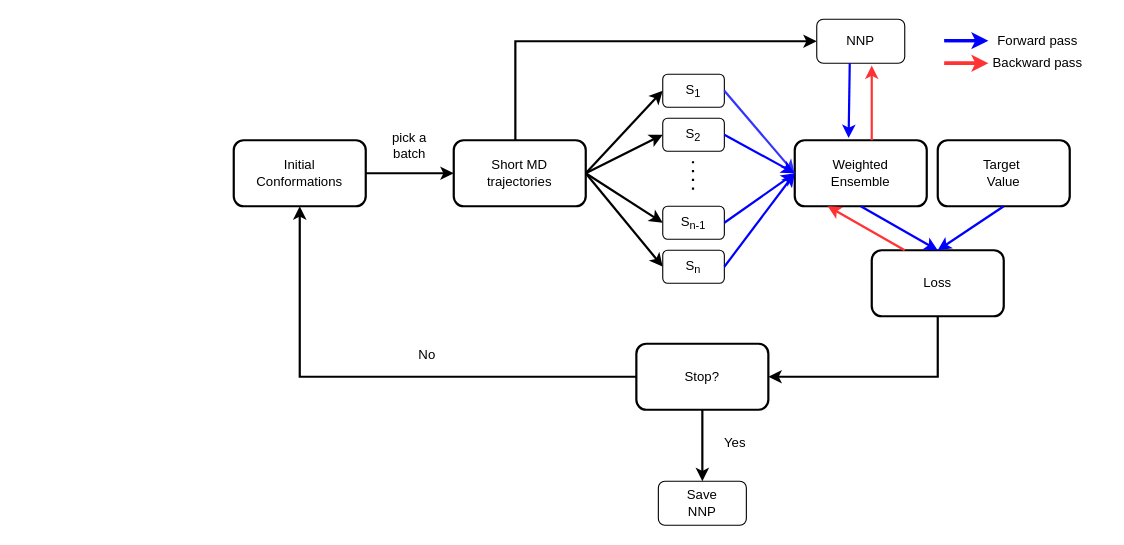
This is Untitled Diagram.drawio from 11carlesnavarro/HealthTrack, a draw.io file, before an edit. Source tidied: cells renumbered, new cells numbered last; positions are measured from the earlier drawing's top-left corner, leaving out a move shared by most shapes. Both pictures are drawn from the tidied source at 110%, with x=0, y=0 at pixel (233, 19).
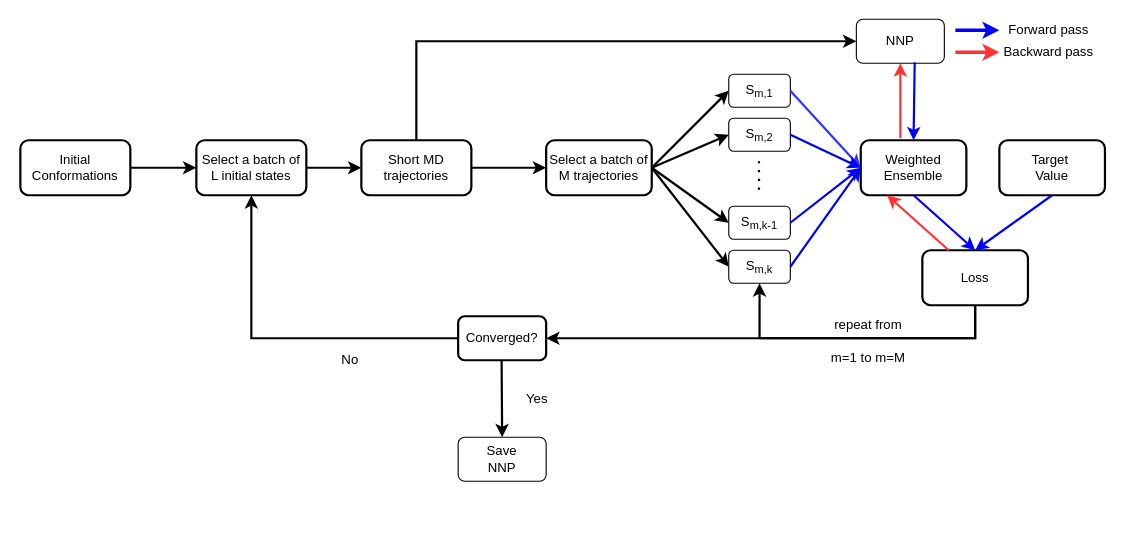
The same page after the edit.

Change to the diagram source:
```diff
@@
-    <mxCell id="2" style="edgeStyle=orthogonalEdgeStyle;rounded=0;jettySize=auto;html=1;strokeWidth=2;" parent="1" edge="1" source="3" target="4">
+    <mxCell id="2" style="edgeStyle=orthogonalEdgeStyle;rounded=0;jettySize=auto;html=1;strokeWidth=2;entryX=0;entryY=0.5;entryDx=0;entryDy=0;" parent="1" edge="1" source="3" target="49">
       <mxGeometry relative="1" as="geometry" />
     </mxCell>
     <mxCell id="3" value="Initial &lt;br&gt;Conformations" style="rounded=1;whiteSpace=wrap;html=1;strokeWidth=2;" parent="1" vertex="1">
-      <mxGeometry y="110" width="120" height="60" as="geometry" />
+      <mxGeometry x="-194" y="110" width="100" height="50" as="geometry" />
     </mxCell>
     <mxCell id="4" value="Short MD&lt;br&gt;trajectories" style="whiteSpace=wrap;html=1;rounded=1;strokeColor=default;strokeWidth=2;" parent="1" vertex="1">
-      <mxGeometry x="200" y="110" width="120" height="60" as="geometry" />
+      <mxGeometry x="116" y="110" width="100" height="50" as="geometry" />
     </mxCell>
-    <mxCell id="5" style="endArrow=classic;html=1;rounded=0;entryX=0;entryY=0.5;entryDx=0;entryDy=0;strokeWidth=2;" parent="1" edge="1" target="6">
+    <mxCell id="5" style="endArrow=classic;html=1;rounded=0;entryX=0;entryY=0.5;entryDx=0;entryDy=0;strokeWidth=2;exitX=1;exitY=0.5;exitDx=0;exitDy=0;" parent="1" edge="1" source="42">
       <mxGeometry relative="1" as="geometry">
-        <mxPoint x="320" y="140" as="sourcePoint" />
+        <mxPoint x="450" y="65" as="targetPoint" />
       </mxGeometry>
     </mxCell>
-    <mxCell id="6" value="S&lt;sub&gt;1&lt;/sub&gt;" style="rounded=1;whiteSpace=wrap;html=1;" parent="1" vertex="1">
-      <mxGeometry x="390" y="50" width="56" height="30" as="geometry" />
+    <mxCell id="6" value="S&lt;sub&gt;m,1&lt;/sub&gt;" style="rounded=1;whiteSpace=wrap;html=1;" parent="1" vertex="1">
+      <mxGeometry x="450" y="50" width="56" height="30" as="geometry" />
     </mxCell>
-    <mxCell id="7" style="endArrow=classic;html=1;rounded=0;entryX=0;entryY=0.5;entryDx=0;entryDy=0;strokeWidth=2;" parent="1" edge="1" target="8">
-      <mxGeometry relative="1" as="geometry">
-        <mxPoint x="320" y="140" as="sourcePoint" />
-      </mxGeometry>
+    <mxCell id="7" style="endArrow=classic;html=1;rounded=0;entryX=0;entryY=0.5;entryDx=0;entryDy=0;strokeWidth=2;exitX=1;exitY=0.5;exitDx=0;exitDy=0;" parent="1" edge="1" source="42" target="8">
+      <mxGeometry relative="1" as="geometry" />
     </mxCell>
-    <mxCell id="8" value="S&lt;sub&gt;2&lt;/sub&gt;" style="rounded=1;whiteSpace=wrap;html=1;" parent="1" vertex="1">
-      <mxGeometry x="390" y="90" width="56" height="30" as="geometry" />
+    <mxCell id="8" value="S&lt;sub&gt;m,2&lt;/sub&gt;" style="rounded=1;whiteSpace=wrap;html=1;" parent="1" vertex="1">
+      <mxGeometry x="450" y="90" width="56" height="30" as="geometry" />
     </mxCell>
     <mxCell id="9" style="endArrow=none;dashed=1;html=1;dashPattern=1 3;strokeWidth=2;rounded=0;" parent="1" edge="1">
       <mxGeometry relative="1" as="geometry">
-        <mxPoint x="417.5" y="155" as="sourcePoint" />
-        <mxPoint x="417.5" y="125" as="targetPoint" />
+        <mxPoint x="477.5" y="155" as="sourcePoint" />
+        <mxPoint x="477.5" y="125" as="targetPoint" />
       </mxGeometry>
     </mxCell>
-    <mxCell id="10" value="S&lt;sub&gt;n-1&lt;/sub&gt;" style="rounded=1;whiteSpace=wrap;html=1;" parent="1" vertex="1">
-      <mxGeometry x="390" y="170" width="56" height="30" as="geometry" />
+    <mxCell id="10" value="S&lt;sub&gt;m,k-1&lt;/sub&gt;" style="rounded=1;whiteSpace=wrap;html=1;" parent="1" vertex="1">
+      <mxGeometry x="450" y="170" width="56" height="30" as="geometry" />
     </mxCell>
-    <mxCell id="11" style="endArrow=classic;html=1;rounded=0;entryX=0;entryY=0.5;entryDx=0;entryDy=0;strokeWidth=2;" parent="1" edge="1" target="12">
-      <mxGeometry relative="1" as="geometry">
-        <mxPoint x="320" y="140" as="sourcePoint" />
-      </mxGeometry>
+    <mxCell id="11" style="endArrow=classic;html=1;rounded=0;entryX=0;entryY=0.5;entryDx=0;entryDy=0;strokeWidth=2;exitX=1;exitY=0.5;exitDx=0;exitDy=0;" parent="1" edge="1" source="42" target="12">
+      <mxGeometry relative="1" as="geometry" />
     </mxCell>
-    <mxCell id="12" value="S&lt;sub&gt;n&lt;/sub&gt;" style="rounded=1;whiteSpace=wrap;html=1;" parent="1" vertex="1">
-      <mxGeometry x="390" y="210" width="56" height="30" as="geometry" />
+    <mxCell id="12" value="S&lt;sub&gt;m,k&lt;/sub&gt;" style="rounded=1;whiteSpace=wrap;html=1;" parent="1" vertex="1">
+      <mxGeometry x="450" y="210" width="56" height="30" as="geometry" />
     </mxCell>
-    <mxCell id="13" style="endArrow=classic;html=1;rounded=0;entryX=0;entryY=0.5;entryDx=0;entryDy=0;strokeWidth=2;" parent="1" edge="1" target="10">
-      <mxGeometry relative="1" as="geometry">
-        <mxPoint x="320" y="140" as="sourcePoint" />
-      </mxGeometry>
+    <mxCell id="13" style="endArrow=classic;html=1;rounded=0;entryX=0;entryY=0.5;entryDx=0;entryDy=0;strokeWidth=2;exitX=1;exitY=0.5;exitDx=0;exitDy=0;" parent="1" edge="1" source="42" target="10">
+      <mxGeometry relative="1" as="geometry" />
     </mxCell>
     <mxCell id="14" value="Weighted&lt;br&gt;Ensemble" style="rounded=1;whiteSpace=wrap;html=1;strokeWidth=2;" parent="1" vertex="1">
-      <mxGeometry x="510" y="110" width="120" height="60" as="geometry" />
+      <mxGeometry x="570" y="110" width="96" height="50" as="geometry" />
     </mxCell>
-    <mxCell id="15" style="endArrow=classic;html=1;rounded=0;entryX=0;entryY=0.5;entryDx=0;entryDy=0;exitX=1;exitY=0.5;exitDx=0;exitDy=0;strokeWidth=2;strokeColor=#3333FF;" parent="1" edge="1" source="6" target="14">
-      <mxGeometry relative="1" as="geometry" />
+    <mxCell id="15" style="endArrow=classic;html=1;rounded=0;entryX=0;entryY=0.5;entryDx=0;entryDy=0;exitX=1;exitY=0.5;exitDx=0;exitDy=0;strokeWidth=2;strokeColor=#3333FF;" parent="1" edge="1" target="14">
+      <mxGeometry relative="1" as="geometry">
+        <mxPoint x="506" y="65" as="sourcePoint" />
+      </mxGeometry>
     </mxCell>
@@
     <mxCell id="19" value="Target&amp;nbsp;&lt;br&gt;Value" style="rounded=1;whiteSpace=wrap;html=1;strokeWidth=2;" parent="1" vertex="1">
-      <mxGeometry x="640" y="110" width="120" height="60" as="geometry" />
+      <mxGeometry x="696" y="110" width="96" height="50" as="geometry" />
     </mxCell>
     <mxCell id="20" value="Loss" style="rounded=1;whiteSpace=wrap;html=1;strokeWidth=2;" parent="1" vertex="1">
-      <mxGeometry x="580" y="210" width="120" height="60" as="geometry" />
+      <mxGeometry x="626" y="210" width="96" height="50" as="geometry" />
     </mxCell>
@@
     <mxCell id="24" style="endArrow=classic;html=1;rounded=0;exitX=0.5;exitY=1;exitDx=0;exitDy=0;entryX=1;entryY=0.5;entryDx=0;entryDy=0;strokeWidth=2;" parent="1" edge="1" source="20" target="30">
       <mxGeometry relative="1" as="geometry">
         <Array as="points">
-          <mxPoint x="640" y="325" />
-          <mxPoint x="566" y="325" />
+          <mxPoint x="674" y="290" />
+          <mxPoint x="586" y="290" />
+          <mxPoint x="436" y="290" />
+          <mxPoint x="356" y="290" />
         </Array>
       </mxGeometry>
     </mxCell>
-    <mxCell id="25" style="endArrow=classic;html=1;rounded=0;entryX=0.5;entryY=1;entryDx=0;entryDy=0;exitX=0;exitY=0.5;exitDx=0;exitDy=0;strokeWidth=2;" parent="1" edge="1" source="30" target="3">
+    <mxCell id="25" style="endArrow=classic;html=1;rounded=0;entryX=0.5;entryY=1;entryDx=0;entryDy=0;exitX=0;exitY=0.5;exitDx=0;exitDy=0;strokeWidth=2;" parent="1" edge="1" source="30" target="49">
       <mxGeometry relative="1" as="geometry">
         <Array as="points">
-          <mxPoint x="60" y="325" />
+          <mxPoint x="76" y="290" />
+          <mxPoint x="56" y="290" />
+          <mxPoint x="16" y="290" />
         </Array>
       </mxGeometry>
     </mxCell>
-    <mxCell id="26" value="pick a batch" style="text;html=1;strokeColor=none;fillColor=none;align=center;verticalAlign=middle;whiteSpace=wrap;rounded=0;" parent="1" vertex="1">
-      <mxGeometry x="130" y="100" width="60" height="30" as="geometry" />
-    </mxCell>
-    <mxCell id="27" style="endArrow=classic;html=1;rounded=0;entryX=0;entryY=0.5;entryDx=0;entryDy=0;strokeWidth=2;" parent="1" edge="1" target="28">
+    <mxCell id="27" style="endArrow=classic;html=1;rounded=0;entryX=0;entryY=0.5;entryDx=0;entryDy=0;strokeWidth=2;exitX=0.5;exitY=0;exitDx=0;exitDy=0;" parent="1" edge="1" source="4" target="28">
       <mxGeometry relative="1" as="geometry">
-        <mxPoint x="256" y="110" as="sourcePoint" />
         <Array as="points">
-          <mxPoint x="256" y="60" />
-          <mxPoint x="256" y="20" />
+          <mxPoint x="166" y="60" />
+          <mxPoint x="166" y="20" />
         </Array>
       </mxGeometry>
     </mxCell>
     <mxCell id="28" value="NNP" style="rounded=1;whiteSpace=wrap;html=1;" parent="1" vertex="1">
-      <mxGeometry x="530" width="80" height="40" as="geometry" />
+      <mxGeometry x="566" width="80" height="40" as="geometry" />
     </mxCell>
-    <mxCell id="29" style="endArrow=classic;html=1;exitX=0.25;exitY=0;exitDx=0;exitDy=0;fillColor=#d80073;strokeColor=#FF3333;entryX=0.625;entryY=1.05;entryDx=0;entryDy=0;rounded=0;strokeWidth=2;entryPerimeter=0;" parent="1" edge="1" target="28">
+    <mxCell id="29" style="endArrow=classic;html=1;fillColor=#d80073;strokeColor=#FF3333;entryX=0.5;entryY=1;entryDx=0;entryDy=0;rounded=0;strokeWidth=2;" parent="1" edge="1" target="28">
       <mxGeometry relative="1" as="geometry">
-        <mxPoint x="580" y="110" as="sourcePoint" />
+        <mxPoint x="606" y="108" as="sourcePoint" />
       </mxGeometry>
     </mxCell>
-    <mxCell id="30" value="Stop?" style="rounded=1;whiteSpace=wrap;html=1;strokeWidth=2;" parent="1" vertex="1">
-      <mxGeometry x="366" y="295" width="120" height="60" as="geometry" />
+    <mxCell id="30" value="Converged?" style="rounded=1;whiteSpace=wrap;html=1;strokeWidth=2;" parent="1" vertex="1">
+      <mxGeometry x="204" y="270" width="80" height="40" as="geometry" />
     </mxCell>
     <mxCell id="31" value="No" style="text;html=1;strokeColor=none;fillColor=none;align=center;verticalAlign=middle;whiteSpace=wrap;rounded=0;" parent="1" vertex="1">
-      <mxGeometry x="146" y="290" width="60" height="30" as="geometry" />
+      <mxGeometry x="76" y="295" width="60" height="30" as="geometry" />
     </mxCell>
-    <mxCell id="32" style="endArrow=classic;html=1;rounded=0;exitX=0.5;exitY=1;exitDx=0;exitDy=0;strokeWidth=2;" parent="1" edge="1">
+    <mxCell id="32" style="endArrow=classic;html=1;rounded=0;exitX=0.5;exitY=1;exitDx=0;exitDy=0;strokeWidth=2;entryX=0.5;entryY=0;entryDx=0;entryDy=0;" parent="1" edge="1" target="34">
       <mxGeometry relative="1" as="geometry">
-        <mxPoint x="426" y="355" as="sourcePoint" />
-        <mxPoint x="426" y="420" as="targetPoint" />
+        <mxPoint x="243.5" y="310" as="sourcePoint" />
       </mxGeometry>
     </mxCell>
     <mxCell id="33" value="Yes" style="text;html=1;strokeColor=none;fillColor=none;align=center;verticalAlign=middle;whiteSpace=wrap;rounded=0;" parent="1" vertex="1">
-      <mxGeometry x="426" y="370" width="60" height="30" as="geometry" />
+      <mxGeometry x="246" y="330" width="60" height="30" as="geometry" />
     </mxCell>
     <mxCell id="34" value="Save&lt;br&gt;NNP" style="rounded=1;whiteSpace=wrap;html=1;" parent="1" vertex="1">
-      <mxGeometry x="386" y="420" width="80" height="40" as="geometry" />
+      <mxGeometry x="204" y="380" width="80" height="40" as="geometry" />
     </mxCell>
-    <mxCell id="35" style="endArrow=classic;html=1;rounded=0;exitX=0.5;exitY=1;exitDx=0;exitDy=0;entryX=0.408;entryY=-0.033;entryDx=0;entryDy=0;strokeWidth=2;strokeColor=#0000FF;entryPerimeter=0;" parent="1" edge="1" target="14">
-      <mxGeometry relative="1" as="geometry">
-        <mxPoint x="560" y="40" as="sourcePoint" />
-      </mxGeometry>
+    <mxCell id="35" style="endArrow=classic;html=1;rounded=0;exitX=0.663;exitY=0.975;exitDx=0;exitDy=0;entryX=0.5;entryY=0;entryDx=0;entryDy=0;strokeWidth=2;strokeColor=#0000FF;exitPerimeter=0;" parent="1" edge="1" source="28" target="14">
+      <mxGeometry relative="1" as="geometry" />
     </mxCell>
-    <mxCell id="36" style="endArrow=none;html=1;rounded=0;strokeColor=#0000FF;strokeWidth=3;" parent="1" edge="1">
-      <mxGeometry relative="1" as="geometry">
-        <mxPoint x="646" y="19.5" as="sourcePoint" />
-        <mxPoint x="682" y="19.5" as="targetPoint" />
-      </mxGeometry>
-    </mxCell>
-    <mxCell id="37" style="endArrow=none;html=1;rounded=0;strokeColor=#FF3333;strokeWidth=3;" parent="1" edge="1">
-      <mxGeometry relative="1" as="geometry">
-        <mxPoint x="646" y="40" as="sourcePoint" />
-        <mxPoint x="682" y="40" as="targetPoint" />
-        <Array as="points">
-          <mxPoint x="662" y="40" />
-        </Array>
-      </mxGeometry>
-    </mxCell>
     <mxCell id="38" value="Forward pass" style="text;html=1;strokeColor=none;fillColor=none;align=center;verticalAlign=middle;whiteSpace=wrap;rounded=0;" parent="1" vertex="1">
-      <mxGeometry x="686" y="10" width="90" height="20" as="geometry" />
+      <mxGeometry x="696" width="90" height="20" as="geometry" />
     </mxCell>
     <mxCell id="39" value="Backward pass" style="text;html=1;strokeColor=none;fillColor=none;align=center;verticalAlign=middle;whiteSpace=wrap;rounded=0;" parent="1" vertex="1">
-      <mxGeometry x="686" y="30" width="90" height="20" as="geometry" />
+      <mxGeometry x="696" y="20" width="90" height="20" as="geometry" />
     </mxCell>
-    <mxCell id="40" style="endArrow=classic;html=1;rounded=0;strokeColor=#FF3333;strokeWidth=3;entryX=0;entryY=0.5;entryDx=0;entryDy=0;" parent="1" edge="1" target="39">
+    <mxCell id="40" style="endArrow=classic;html=1;rounded=0;strokeColor=#FF3333;strokeWidth=3;entryX=0;entryY=0.5;entryDx=0;entryDy=0;" parent="1" edge="1">
       <mxGeometry relative="1" as="geometry">
-        <mxPoint x="646" y="40" as="sourcePoint" />
+        <mxPoint x="656" y="30" as="sourcePoint" />
+        <mxPoint x="696" y="30" as="targetPoint" />
       </mxGeometry>
     </mxCell>
     <mxCell id="41" style="endArrow=classic;html=1;rounded=0;strokeColor=#0000FF;strokeWidth=3;entryX=0;entryY=0.5;entryDx=0;entryDy=0;" parent="1" edge="1">
       <mxGeometry relative="1" as="geometry">
-        <mxPoint x="646" y="19.5" as="sourcePoint" />
-        <mxPoint x="686" y="19.5" as="targetPoint" />
+        <mxPoint x="656" y="10" as="sourcePoint" />
+        <mxPoint x="696" y="10" as="targetPoint" />
       </mxGeometry>
     </mxCell>
+    <mxCell id="42" value="Select a batch of M trajectories" style="whiteSpace=wrap;html=1;rounded=1;strokeColor=default;strokeWidth=2;" parent="1" vertex="1">
+      <mxGeometry x="284" y="110" width="96" height="50" as="geometry" />
+    </mxCell>
+    <mxCell id="43" style="endArrow=classic;html=1;rounded=0;entryX=0;entryY=0.5;entryDx=0;entryDy=0;strokeWidth=2;exitX=1;exitY=0.5;exitDx=0;exitDy=0;" parent="1" edge="1" source="4" target="42">
+      <mxGeometry relative="1" as="geometry" />
+    </mxCell>
+    <mxCell id="44" style="endArrow=classic;html=1;rounded=0;entryX=0.5;entryY=1;entryDx=0;entryDy=0;strokeWidth=2;startArrow=none;" parent="1" edge="1" target="12">
+      <mxGeometry relative="1" as="geometry">
+        <mxPoint x="478" y="290" as="sourcePoint" />
+      </mxGeometry>
+    </mxCell>
+    <mxCell id="45" value="repeat from" style="text;html=1;strokeColor=none;fillColor=none;align=center;verticalAlign=middle;whiteSpace=wrap;rounded=0;" parent="1" vertex="1">
+      <mxGeometry x="544" y="265" width="66" height="25" as="geometry" />
+    </mxCell>
+    <mxCell id="46" style="endArrow=none;html=1;rounded=0;exitX=0.5;exitY=1;exitDx=0;exitDy=0;entryX=0.5;entryY=1;entryDx=0;entryDy=0;strokeWidth=2;" parent="1" edge="1" target="45">
+      <mxGeometry relative="1" as="geometry">
+        <mxPoint x="674" y="260" as="sourcePoint" />
+        <Array as="points">
+          <mxPoint x="674" y="290" />
+          <mxPoint x="636" y="290" />
+          <mxPoint x="478" y="290" />
+        </Array>
+      </mxGeometry>
+    </mxCell>
+    <mxCell id="47" value="m=1 to m=M" style="text;html=1;strokeColor=none;fillColor=none;align=center;verticalAlign=middle;whiteSpace=wrap;rounded=0;" parent="1" vertex="1">
+      <mxGeometry x="535" y="295" width="84" height="25" as="geometry" />
+    </mxCell>
+    <mxCell id="48" style="edgeStyle=orthogonalEdgeStyle;rounded=0;jettySize=auto;html=1;exitX=1;exitY=0.5;exitDx=0;exitDy=0;entryX=0;entryY=0.5;entryDx=0;entryDy=0;strokeWidth=2;" parent="1" edge="1" source="49" target="4">
+      <mxGeometry relative="1" as="geometry" />
+    </mxCell>
+    <mxCell id="49" value="Select a batch of L initial states" style="rounded=1;whiteSpace=wrap;html=1;strokeWidth=2;" parent="1" vertex="1">
+      <mxGeometry x="-34" y="110" width="100" height="50" as="geometry" />
+    </mxCell>
```
